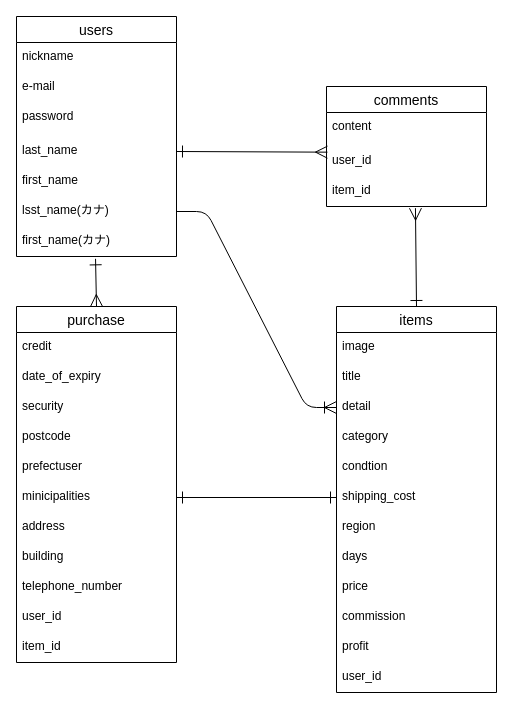
Earlier version of the draw.io diagram furima.dio (nininishishishi/furima-38733). Source tidied: cells renumbered, new cells numbered last; positions are measured from the earlier drawing's top-left corner, leaving out a move shared by most shapes. Both pictures are drawn from the tidied source at 100%, with x=0, y=0 at pixel (16, 16).
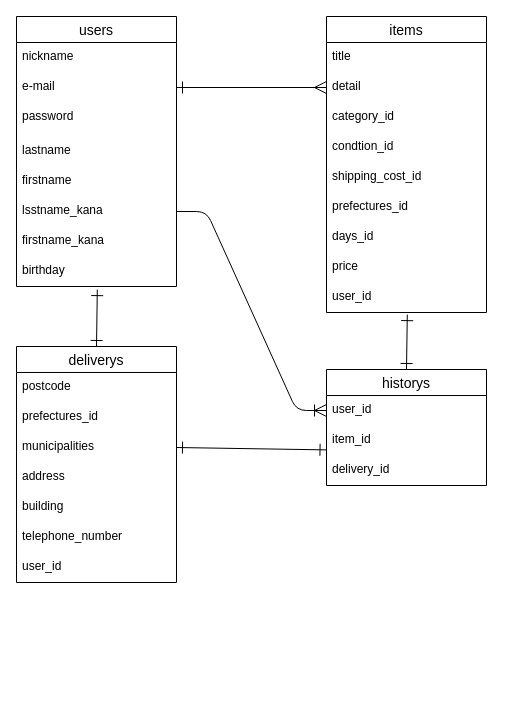
The same diagram, later.

Commit message (it also covers changes not shown here):
レビュー依頼（データ設計）#2

The change refers to these unchanged cells:
```xml
<mxCell id="18" value="e-mail" style="text;strokeColor=none;fillColor=none;spacingLeft=4;spacingRight=4;overflow=hidden;points=[[0,0.5],[1,0.5]];portConstraint=eastwest;fontSize=12;" parent="16" vertex="1">
  <mxGeometry y="56" width="160" height="30" as="geometry" />
</mxCell>
```

Change to the diagram source:
```diff
@@
-    <mxCell id="2" style="edgeStyle=none;html=1;exitX=0.5;exitY=0;exitDx=0;exitDy=0;entryX=0.556;entryY=1.056;entryDx=0;entryDy=0;entryPerimeter=0;startArrow=ERone;startFill=0;endArrow=ERmany;endFill=0;startSize=10;endSize=10;" parent="1" edge="1" source="3" target="27">
+    <mxCell id="2" style="edgeStyle=none;html=1;exitX=0.5;exitY=0;exitDx=0;exitDy=0;entryX=0.556;entryY=1.056;entryDx=0;entryDy=0;entryPerimeter=0;startArrow=ERone;startFill=0;endArrow=ERmany;endFill=0;startSize=10;endSize=10;" parent="1" edge="1" source="3">
       <mxGeometry relative="1" as="geometry" />
     </mxCell>
     <mxCell id="3" value="items" style="swimlane;fontStyle=0;horizontal=1;startSize=26;align=center;fontSize=14;" parent="1" vertex="1">
-      <mxGeometry x="320" y="290" width="160" height="386" as="geometry" />
+      <mxGeometry x="310" width="160" height="296" as="geometry" />
     </mxCell>
-    <mxCell id="4" value="image" style="text;strokeColor=none;fillColor=none;spacingLeft=4;spacingRight=4;overflow=hidden;fontSize=12;" parent="3" vertex="1">
-      <mxGeometry y="26" width="160" height="30" as="geometry" />
-    </mxCell>
     <mxCell id="5" value="title" style="text;strokeColor=none;fillColor=none;spacingLeft=4;spacingRight=4;overflow=hidden;fontSize=12;" parent="3" vertex="1">
-      <mxGeometry y="56" width="160" height="30" as="geometry" />
+      <mxGeometry y="26" width="160" height="30" as="geometry" />
     </mxCell>
     <mxCell id="6" value="detail" style="text;strokeColor=none;fillColor=none;spacingLeft=4;spacingRight=4;overflow=hidden;points=[[0,0.5],[1,0.5]];portConstraint=eastwest;fontSize=12;" parent="3" vertex="1">
-      <mxGeometry y="86" width="160" height="30" as="geometry" />
+      <mxGeometry y="56" width="160" height="30" as="geometry" />
     </mxCell>
-    <mxCell id="7" value="category" style="text;strokeColor=none;fillColor=none;spacingLeft=4;spacingRight=4;overflow=hidden;fontSize=12;" parent="3" vertex="1">
-      <mxGeometry y="116" width="160" height="30" as="geometry" />
+    <mxCell id="7" value="category_id" style="text;strokeColor=none;fillColor=none;spacingLeft=4;spacingRight=4;overflow=hidden;fontSize=12;" parent="3" vertex="1">
+      <mxGeometry y="86" width="160" height="30" as="geometry" />
     </mxCell>
-    <mxCell id="8" value="condtion" style="text;strokeColor=none;fillColor=none;spacingLeft=4;spacingRight=4;overflow=hidden;fontSize=12;" parent="3" vertex="1">
-      <mxGeometry y="146" width="160" height="30" as="geometry" />
+    <mxCell id="8" value="condtion_id" style="text;strokeColor=none;fillColor=none;spacingLeft=4;spacingRight=4;overflow=hidden;fontSize=12;" parent="3" vertex="1">
+      <mxGeometry y="116" width="160" height="30" as="geometry" />
     </mxCell>
-    <mxCell id="9" value="shipping_cost" style="text;strokeColor=none;fillColor=none;spacingLeft=4;spacingRight=4;overflow=hidden;points=[[0,0.5],[1,0.5]];portConstraint=eastwest;fontSize=12;" parent="3" vertex="1">
-      <mxGeometry y="176" width="160" height="30" as="geometry" />
+    <mxCell id="9" value="shipping_cost_id" style="text;strokeColor=none;fillColor=none;spacingLeft=4;spacingRight=4;overflow=hidden;points=[[0,0.5],[1,0.5]];portConstraint=eastwest;fontSize=12;" parent="3" vertex="1">
+      <mxGeometry y="146" width="160" height="30" as="geometry" />
     </mxCell>
-    <mxCell id="10" value="region" style="text;strokeColor=none;fillColor=none;spacingLeft=4;spacingRight=4;overflow=hidden;fontSize=12;" parent="3" vertex="1">
-      <mxGeometry y="206" width="160" height="30" as="geometry" />
+    <mxCell id="10" value="prefectures_id" style="text;strokeColor=none;fillColor=none;spacingLeft=4;spacingRight=4;overflow=hidden;fontSize=12;" parent="3" vertex="1">
+      <mxGeometry y="176" width="160" height="30" as="geometry" />
     </mxCell>
-    <mxCell id="11" value="days" style="text;strokeColor=none;fillColor=none;spacingLeft=4;spacingRight=4;overflow=hidden;fontSize=12;" parent="3" vertex="1">
-      <mxGeometry y="236" width="160" height="30" as="geometry" />
+    <mxCell id="11" value="days_id" style="text;strokeColor=none;fillColor=none;spacingLeft=4;spacingRight=4;overflow=hidden;fontSize=12;" parent="3" vertex="1">
+      <mxGeometry y="206" width="160" height="30" as="geometry" />
     </mxCell>
     <mxCell id="12" value="price" style="text;strokeColor=none;fillColor=none;spacingLeft=4;spacingRight=4;overflow=hidden;fontSize=12;" parent="3" vertex="1">
-      <mxGeometry y="266" width="160" height="30" as="geometry" />
+      <mxGeometry y="236" width="160" height="30" as="geometry" />
     </mxCell>
-    <mxCell id="13" value="commission" style="text;strokeColor=none;fillColor=none;spacingLeft=4;spacingRight=4;overflow=hidden;fontSize=12;" parent="3" vertex="1">
-      <mxGeometry y="296" width="160" height="30" as="geometry" />
-    </mxCell>
-    <mxCell id="14" value="profit" style="text;strokeColor=none;fillColor=none;spacingLeft=4;spacingRight=4;overflow=hidden;fontSize=12;" parent="3" vertex="1">
-      <mxGeometry y="326" width="160" height="30" as="geometry" />
-    </mxCell>
     <mxCell id="15" value="user_id" style="text;strokeColor=none;fillColor=none;spacingLeft=4;spacingRight=4;overflow=hidden;points=[[0,0.5],[1,0.5]];portConstraint=eastwest;fontSize=12;" parent="3" vertex="1">
-      <mxGeometry y="356" width="160" height="30" as="geometry" />
+      <mxGeometry y="266" width="160" height="30" as="geometry" />
     </mxCell>
     <mxCell id="16" value="users" style="swimlane;fontStyle=0;horizontal=1;startSize=26;align=center;fontSize=14;" parent="1" vertex="1">
-      <mxGeometry width="160" height="240" as="geometry" />
+      <mxGeometry width="160" height="270" as="geometry" />
     </mxCell>
@@
-    <mxCell id="20" value="last_name" style="text;strokeColor=none;fillColor=none;spacingLeft=4;spacingRight=4;overflow=hidden;points=[[0,0.5],[1,0.5]];portConstraint=eastwest;fontSize=12;" parent="16" vertex="1">
+    <mxCell id="20" value="lastname" style="text;strokeColor=none;fillColor=none;spacingLeft=4;spacingRight=4;overflow=hidden;points=[[0,0.5],[1,0.5]];portConstraint=eastwest;fontSize=12;" parent="16" vertex="1">
       <mxGeometry y="120" width="160" height="30" as="geometry" />
     </mxCell>
-    <mxCell id="21" value="first_name" style="text;strokeColor=none;fillColor=none;spacingLeft=4;spacingRight=4;overflow=hidden;fontSize=12;" parent="16" vertex="1">
+    <mxCell id="21" value="firstname" style="text;strokeColor=none;fillColor=none;spacingLeft=4;spacingRight=4;overflow=hidden;fontSize=12;" parent="16" vertex="1">
       <mxGeometry y="150" width="160" height="30" as="geometry" />
     </mxCell>
-    <mxCell id="22" value="lsst_name(カナ)" style="text;strokeColor=none;fillColor=none;spacingLeft=4;spacingRight=4;overflow=hidden;points=[[0,0.5],[1,0.5]];portConstraint=eastwest;fontSize=12;" parent="16" vertex="1">
+    <mxCell id="22" value="lsstname_kana" style="text;strokeColor=none;fillColor=none;spacingLeft=4;spacingRight=4;overflow=hidden;points=[[0,0.5],[1,0.5]];portConstraint=eastwest;fontSize=12;" parent="16" vertex="1">
       <mxGeometry y="180" width="160" height="30" as="geometry" />
     </mxCell>
-    <mxCell id="23" value="first_name(カナ)" style="text;strokeColor=none;fillColor=none;spacingLeft=4;spacingRight=4;overflow=hidden;points=[[0,0.5],[1,0.5]];portConstraint=eastwest;fontSize=12;" parent="16" vertex="1">
+    <mxCell id="23" value="firstname_kana" style="text;strokeColor=none;fillColor=none;spacingLeft=4;spacingRight=4;overflow=hidden;points=[[0,0.5],[1,0.5]];portConstraint=eastwest;fontSize=12;" parent="16" vertex="1">
       <mxGeometry y="210" width="160" height="30" as="geometry" />
     </mxCell>
-    <mxCell id="24" value="comments" style="swimlane;fontStyle=0;horizontal=1;startSize=26;align=center;fontSize=14;" parent="1" vertex="1">
-      <mxGeometry x="310" y="70" width="160" height="120" as="geometry" />
-    </mxCell>
-    <mxCell id="25" value="content" style="text;strokeColor=none;fillColor=none;spacingLeft=4;spacingRight=4;overflow=hidden;fontSize=12;" parent="24" vertex="1">
-      <mxGeometry y="26" width="160" height="34" as="geometry" />
-    </mxCell>
-    <mxCell id="26" value="user_id" style="text;strokeColor=none;fillColor=none;spacingLeft=4;spacingRight=4;overflow=hidden;points=[[0,0.5],[1,0.5]];portConstraint=eastwest;fontSize=12;" parent="24" vertex="1">
-      <mxGeometry y="60" width="160" height="30" as="geometry" />
-    </mxCell>
-    <mxCell id="27" value="item_id" style="text;strokeColor=none;fillColor=none;spacingLeft=4;spacingRight=4;overflow=hidden;points=[[0,0.5],[1,0.5]];portConstraint=eastwest;fontSize=12;" parent="24" vertex="1">
-      <mxGeometry y="90" width="160" height="30" as="geometry" />
-    </mxCell>
-    <mxCell id="28" style="edgeStyle=none;html=1;exitX=0.5;exitY=0;exitDx=0;exitDy=0;entryX=0.494;entryY=1.078;entryDx=0;entryDy=0;entryPerimeter=0;startArrow=ERmany;startFill=0;endArrow=ERone;endFill=0;endSize=10;startSize=10;" parent="1" edge="1" source="29" target="23">
-      <mxGeometry relative="1" as="geometry" />
-    </mxCell>
+    <mxCell id="44" value="birthday" style="text;strokeColor=none;fillColor=none;spacingLeft=4;spacingRight=4;overflow=hidden;points=[[0,0.5],[1,0.5]];portConstraint=eastwest;fontSize=12;" parent="16" vertex="1">
+      <mxGeometry y="240" width="160" height="30" as="geometry" />
+    </mxCell>
+    <mxCell id="45" style="edgeStyle=none;html=1;exitX=0.5;exitY=0;exitDx=0;exitDy=0;entryX=0.505;entryY=1.104;entryDx=0;entryDy=0;entryPerimeter=0;startArrow=ERone;startFill=0;endArrow=ERone;endFill=0;startSize=10;endSize=10;" parent="1" edge="1" source="29" target="44">
+      <mxGeometry relative="1" as="geometry" />
+    </mxCell>
-    <mxCell id="29" value="purchase" style="swimlane;fontStyle=0;horizontal=1;startSize=26;align=center;fontSize=14;" parent="1" vertex="1">
-      <mxGeometry y="290" width="160" height="356" as="geometry" />
+    <mxCell id="29" value="deliverys" style="swimlane;fontStyle=0;horizontal=1;startSize=26;align=center;fontSize=14;" parent="1" vertex="1">
+      <mxGeometry y="330" width="160" height="236" as="geometry" />
     </mxCell>
-    <mxCell id="30" value="credit" style="text;strokeColor=none;fillColor=none;spacingLeft=4;spacingRight=4;overflow=hidden;fontSize=12;" parent="29" vertex="1">
+    <mxCell id="30" value="postcode" style="text;strokeColor=none;fillColor=none;spacingLeft=4;spacingRight=4;overflow=hidden;fontSize=12;" parent="29" vertex="1">
       <mxGeometry y="26" width="160" height="30" as="geometry" />
     </mxCell>
-    <mxCell id="31" value="date_of_expiry" style="text;strokeColor=none;fillColor=none;spacingLeft=4;spacingRight=4;overflow=hidden;fontSize=12;" parent="29" vertex="1">
-      <mxGeometry y="56" width="160" height="30" as="geometry" />
-    </mxCell>
-    <mxCell id="32" value="security" style="text;strokeColor=none;fillColor=none;spacingLeft=4;spacingRight=4;overflow=hidden;fontSize=12;" parent="29" vertex="1">
-      <mxGeometry y="86" width="160" height="30" as="geometry" />
+    <mxCell id="32" value="prefectures_id" style="text;strokeColor=none;fillColor=none;spacingLeft=4;spacingRight=4;overflow=hidden;fontSize=12;" parent="29" vertex="1">
+      <mxGeometry y="56" width="160" height="30" as="geometry" />
     </mxCell>
-    <mxCell id="33" value="postcode" style="text;strokeColor=none;fillColor=none;spacingLeft=4;spacingRight=4;overflow=hidden;fontSize=12;" parent="29" vertex="1">
-      <mxGeometry y="116" width="160" height="30" as="geometry" />
-    </mxCell>
-    <mxCell id="34" value="prefectuser" style="text;strokeColor=none;fillColor=none;spacingLeft=4;spacingRight=4;overflow=hidden;points=[[0,0.5],[1,0.5]];portConstraint=eastwest;fontSize=12;" parent="29" vertex="1">
-      <mxGeometry y="146" width="160" height="30" as="geometry" />
+    <mxCell id="34" value="municipalities " style="text;strokeColor=none;fillColor=none;spacingLeft=4;spacingRight=4;overflow=hidden;points=[[0,0.5],[1,0.5]];portConstraint=eastwest;fontSize=12;" parent="29" vertex="1">
+      <mxGeometry y="86" width="160" height="30" as="geometry" />
     </mxCell>
-    <mxCell id="35" value="minicipalities" style="text;strokeColor=none;fillColor=none;spacingLeft=4;spacingRight=4;overflow=hidden;points=[[0,0.5],[1,0.5]];portConstraint=eastwest;fontSize=12;" parent="29" vertex="1">
-      <mxGeometry y="176" width="160" height="30" as="geometry" />
+    <mxCell id="35" value="address " style="text;strokeColor=none;fillColor=none;spacingLeft=4;spacingRight=4;overflow=hidden;points=[[0,0.5],[1,0.5]];portConstraint=eastwest;fontSize=12;" parent="29" vertex="1">
+      <mxGeometry y="116" width="160" height="30" as="geometry" />
     </mxCell>
-    <mxCell id="36" value="address" style="text;strokeColor=none;fillColor=none;spacingLeft=4;spacingRight=4;overflow=hidden;fontSize=12;" parent="29" vertex="1">
-      <mxGeometry y="206" width="160" height="30" as="geometry" />
-    </mxCell>
     <mxCell id="37" value="building" style="text;strokeColor=none;fillColor=none;spacingLeft=4;spacingRight=4;overflow=hidden;fontSize=12;" parent="29" vertex="1">
-      <mxGeometry y="236" width="160" height="30" as="geometry" />
+      <mxGeometry y="146" width="160" height="30" as="geometry" />
     </mxCell>
     <mxCell id="38" value="telephone_number" style="text;strokeColor=none;fillColor=none;spacingLeft=4;spacingRight=4;overflow=hidden;fontSize=12;" parent="29" vertex="1">
-      <mxGeometry y="266" width="160" height="30" as="geometry" />
+      <mxGeometry y="176" width="160" height="30" as="geometry" />
     </mxCell>
-    <mxCell id="39" value="user_id" style="text;strokeColor=none;fillColor=none;spacingLeft=4;spacingRight=4;overflow=hidden;fontSize=12;" parent="29" vertex="1">
-      <mxGeometry y="296" width="160" height="30" as="geometry" />
-    </mxCell>
-    <mxCell id="40" value="item_id" style="text;strokeColor=none;fillColor=none;spacingLeft=4;spacingRight=4;overflow=hidden;fontSize=12;" parent="29" vertex="1">
-      <mxGeometry y="326" width="160" height="30" as="geometry" />
+    <mxCell id="40" value="user_id" style="text;strokeColor=none;fillColor=none;spacingLeft=4;spacingRight=4;overflow=hidden;fontSize=12;" parent="29" vertex="1">
+      <mxGeometry y="206" width="160" height="30" as="geometry" />
     </mxCell>
-    <mxCell id="41" style="edgeStyle=none;html=1;exitX=1;exitY=0.5;exitDx=0;exitDy=0;entryX=0.006;entryY=0.189;entryDx=0;entryDy=0;entryPerimeter=0;startArrow=ERone;startFill=0;endArrow=ERmany;endFill=0;startSize=10;endSize=10;" parent="1" edge="1" source="20" target="26">
+    <mxCell id="41" style="edgeStyle=none;html=1;exitX=1;exitY=0.5;exitDx=0;exitDy=0;entryX=0.006;entryY=0.189;entryDx=0;entryDy=0;entryPerimeter=0;startArrow=ERone;startFill=0;endArrow=ERmany;endFill=0;startSize=10;endSize=10;" parent="1" edge="1" source="20">
       <mxGeometry relative="1" as="geometry" />
     </mxCell>
-    <mxCell id="42" style="edgeStyle=none;html=1;exitX=0;exitY=0.5;exitDx=0;exitDy=0;entryX=1;entryY=0.5;entryDx=0;entryDy=0;startArrow=ERone;startFill=0;endArrow=ERone;endFill=0;startSize=10;endSize=10;" parent="1" edge="1" source="9" target="35">
-      <mxGeometry relative="1" as="geometry" />
-    </mxCell>
-    <mxCell id="43" style="edgeStyle=entityRelationEdgeStyle;fontSize=12;html=1;endArrow=ERoneToMany;startSize=10;endSize=10;entryX=0;entryY=0.5;entryDx=0;entryDy=0;exitX=1;exitY=0.5;exitDx=0;exitDy=0;" parent="1" edge="1" source="22" target="6">
-      <mxGeometry relative="1" as="geometry" />
-    </mxCell>
+    <mxCell id="46" style="edgeStyle=none;html=1;exitX=1;exitY=0.5;exitDx=0;exitDy=0;entryX=0;entryY=0.5;entryDx=0;entryDy=0;endArrow=ERmany;endFill=0;startArrow=ERone;startFill=0;endSize=10;startSize=10;" parent="1" edge="1" source="18" target="6">
+      <mxGeometry relative="1" as="geometry" />
+    </mxCell>
+    <mxCell id="47" style="edgeStyle=none;html=1;exitX=0.5;exitY=0;exitDx=0;exitDy=0;entryX=0.505;entryY=1.071;entryDx=0;entryDy=0;entryPerimeter=0;startArrow=ERone;startFill=0;endArrow=ERone;endFill=0;startSize=10;endSize=10;" parent="1" edge="1" source="48" target="15">
+      <mxGeometry relative="1" as="geometry" />
+    </mxCell>
+    <mxCell id="48" value="historys" style="swimlane;fontStyle=0;horizontal=1;startSize=26;align=center;fontSize=14;" parent="1" vertex="1">
+      <mxGeometry x="310" y="353" width="160" height="116" as="geometry" />
+    </mxCell>
+    <mxCell id="49" value="user_id" style="text;strokeColor=none;fillColor=none;spacingLeft=4;spacingRight=4;overflow=hidden;points=[[0,0.5],[1,0.5]];portConstraint=eastwest;fontSize=12;" parent="48" vertex="1">
+      <mxGeometry y="26" width="160" height="30" as="geometry" />
+    </mxCell>
+    <mxCell id="27" value="item_id" style="text;strokeColor=none;fillColor=none;spacingLeft=4;spacingRight=4;overflow=hidden;points=[[0,0.5],[1,0.5]];portConstraint=eastwest;fontSize=12;" parent="48" vertex="1">
+      <mxGeometry y="56" width="160" height="30" as="geometry" />
+    </mxCell>
+    <mxCell id="50" value="delivery_id" style="text;strokeColor=none;fillColor=none;spacingLeft=4;spacingRight=4;overflow=hidden;fontSize=12;" parent="48" vertex="1">
+      <mxGeometry y="86" width="160" height="30" as="geometry" />
+    </mxCell>
+    <mxCell id="51" style="edgeStyle=entityRelationEdgeStyle;fontSize=12;html=1;endArrow=ERoneToMany;startSize=10;endSize=10;exitX=1;exitY=0.5;exitDx=0;exitDy=0;entryX=0;entryY=0.5;entryDx=0;entryDy=0;" parent="1" edge="1" source="22" target="49">
+      <mxGeometry relative="1" as="geometry" />
+    </mxCell>
+    <mxCell id="52" style="edgeStyle=none;html=1;exitX=1;exitY=0.5;exitDx=0;exitDy=0;startArrow=ERone;startFill=0;endArrow=ERone;endFill=0;startSize=10;endSize=10;entryX=-0.003;entryY=0.813;entryDx=0;entryDy=0;entryPerimeter=0;" parent="1" edge="1" source="34" target="27">
+      <mxGeometry relative="1" as="geometry" />
+    </mxCell>
```
